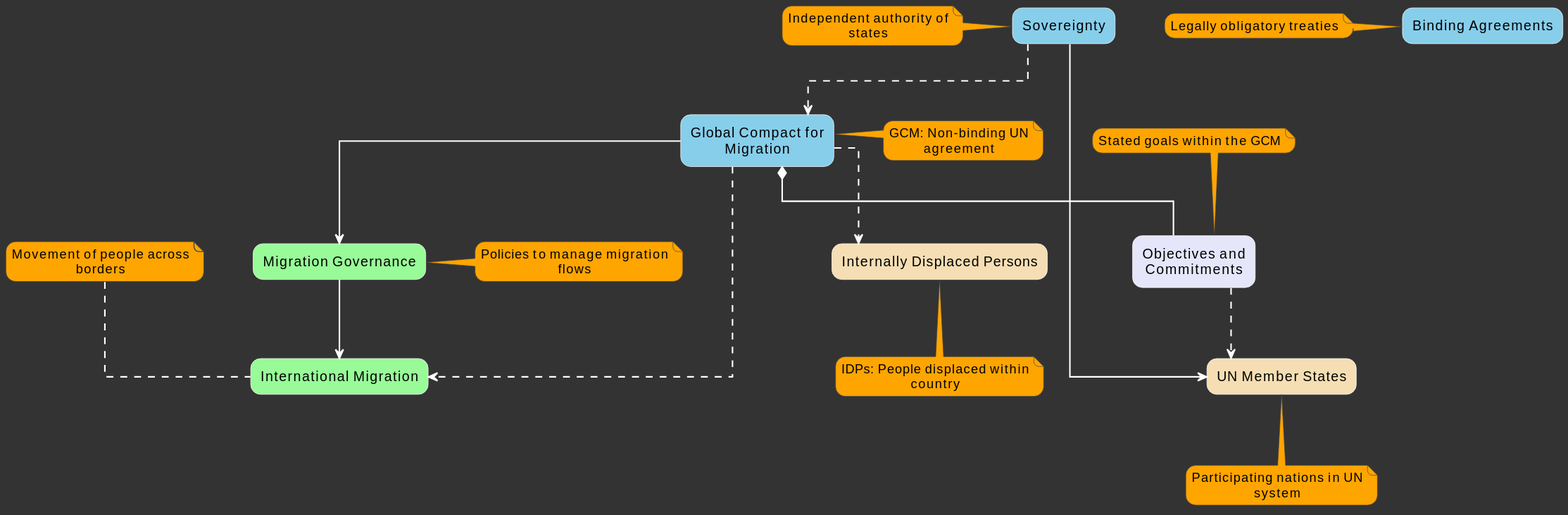
Above: tele_2.svg in bolibazaar/upsc_sol_assets (PlantUML), before the change.
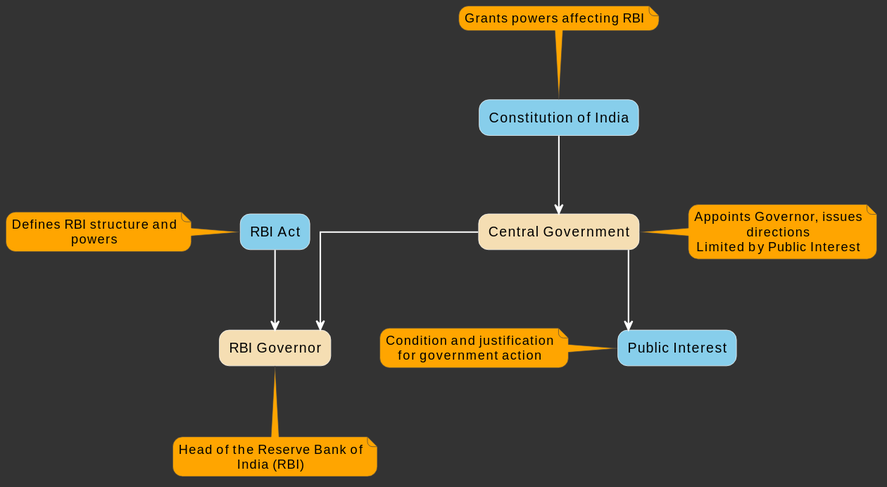
The same diagram one commit later.

Change to the diagram source:
```diff
@@ -20,56 +20,38 @@
 skinparam rectangleFontColor black
 skinparam rectangleBorderColor white
 
-rectangle "Global Compact for Migration" #87CEEB
-rectangle "Sovereignty" #87CEEB
-rectangle "Binding Agreements" #87CEEB
+rectangle "Constitution of India" #87CEEB
+rectangle "RBI Act" #87CEEB
 
-rectangle "UN Member States" #F5DEB3
-rectangle "Internally Displaced Persons" #F5DEB3
+rectangle "Central Government" #F5DEB3
+rectangle "RBI Governor" #F5DEB3
 
-rectangle "International Migration" #98FB98
-rectangle "Migration Governance" #98FB98
+rectangle "Public Interest" #87CEEB
 
-rectangle "Objectives and Commitments" #E6E6FA
+"Constitution of India" --> "Central Government"
+"RBI Act" --> "RBI Governor"
+"Central Government" ==> "RBI Governor"
+"Central Government" --> "Public Interest"
 
-"Global Compact for Migration" ..> "International Migration"
-"Global Compact for Migration" --> "Migration Governance"
-"Global Compact for Migration" *-- "Objectives and Commitments"
-"Objectives and Commitments" ..> "UN Member States"
-"Sovereignty" ==> "UN Member States"
-"Sovereignty" ..> "Global Compact for Migration"
-"Global Compact for Migration" ..> "Internally Displaced Persons"
-"Migration Governance" --> "International Migration"
-
-note right of "Global Compact for Migration"
-  GCM: Non-binding UN agreement
+note top of "Constitution of India"
+  Grants powers affecting RBI
 end note
 
-note left of "Sovereignty"
-  Independent authority of states
+note left of "RBI Act"
+  Defines RBI structure and powers
 end note
 
-note bottom of "UN Member States"
-  Participating nations in UN system
+note right of "Central Government"
+  Appoints Governor, issues directions
+  Limited by Public Interest
 end note
 
-note top of "International Migration"
-  Movement of people across borders
+note bottom of "RBI Governor"
+  Head of the Reserve Bank of India (RBI)
 end note
 
-note right of "Migration Governance"
-  Policies to manage migration flows
-end note
-
-note bottom of "Internally Displaced Persons"
-  IDPs: People displaced within country
-end note
-
-note top of "Objectives and Commitments"
-  Stated goals within the GCM
-end note
-
-note left of "Binding Agreements"
-  Legally obligatory treaties
+note left of "Public Interest"
+  Condition and justification
+  for government action
 end note
 @enduml
```
